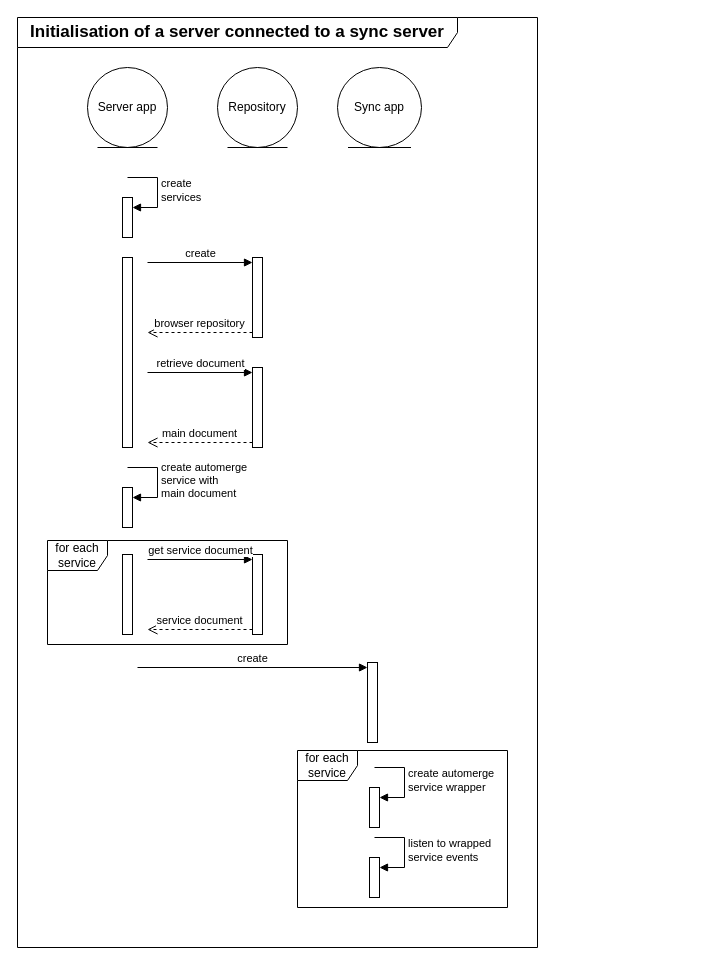
Earlier version of the draw.io diagram page "Synced server sequence diagram" (3 of 4) of diagram.drawio (kalisio/offline-sync). Source tidied: cells renumbered, new cells numbered last; positions are measured from the earlier drawing's top-left corner, leaving out a move shared by most shapes. Both pictures are drawn from the tidied source at 100%, with x=0, y=0 at pixel (17, 17).
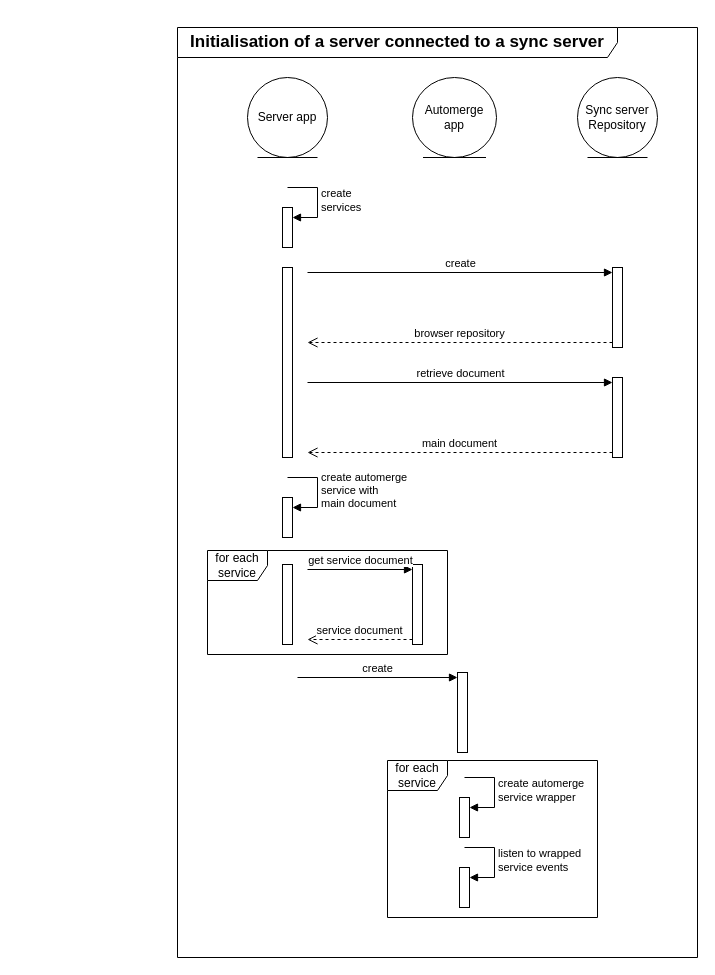
The same diagram, later.

The edit, as a diff of the source:
```diff
@@
     <mxCell id="2" value="Server app" style="ellipse;shape=umlEntity;whiteSpace=wrap;html=1;" parent="1" vertex="1">
-      <mxGeometry x="70" y="50" width="80" height="80" as="geometry" />
+      <mxGeometry x="230" y="60" width="80" height="80" as="geometry" />
     </mxCell>
-    <mxCell id="3" value="Sync app" style="ellipse;shape=umlEntity;whiteSpace=wrap;html=1;" parent="1" vertex="1">
-      <mxGeometry x="320" y="50" width="84" height="80" as="geometry" />
+    <mxCell id="3" value="Automerge&lt;div&gt;app&lt;/div&gt;" style="ellipse;shape=umlEntity;whiteSpace=wrap;html=1;" parent="1" vertex="1">
+      <mxGeometry x="395" y="60" width="84" height="80" as="geometry" />
     </mxCell>
     <mxCell id="4" style="html=1;perimeter=orthogonalPerimeter;targetShapes=umlLifeline;newEdgeStyle={&quot;curved&quot;:0,&quot;rounded&quot;:0};" parent="1" vertex="1">
-      <mxGeometry x="105" y="240" width="10" height="190" as="geometry" />
+      <mxGeometry x="265" y="250" width="10" height="190" as="geometry" />
     </mxCell>
-    <mxCell id="5" value="&lt;div&gt;Repository&lt;/div&gt;" style="ellipse;shape=umlEntity;whiteSpace=wrap;html=1;" parent="1" vertex="1">
-      <mxGeometry x="200" y="50" width="80" height="80" as="geometry" />
+    <mxCell id="5" value="&lt;div&gt;Sync server&lt;/div&gt;&lt;div&gt;Repository&lt;/div&gt;" style="ellipse;shape=umlEntity;whiteSpace=wrap;html=1;" parent="1" vertex="1">
+      <mxGeometry x="560" y="60" width="80" height="80" as="geometry" />
     </mxCell>
     <mxCell id="6" style="html=1;points=[[0,0,0,0,5],[0,1,0,0,-5],[1,0,0,0,5],[1,1,0,0,-5]];perimeter=orthogonalPerimeter;outlineConnect=0;targetShapes=umlLifeline;portConstraint=eastwest;newEdgeStyle={&quot;curved&quot;:0,&quot;rounded&quot;:0};" parent="1" vertex="1">
-      <mxGeometry x="235" y="240" width="10" height="80" as="geometry" />
+      <mxGeometry x="595" y="250" width="10" height="80" as="geometry" />
     </mxCell>
     <mxCell id="7" value="create" style="html=1;verticalAlign=bottom;endArrow=block;curved=0;rounded=0;entryX=0;entryY=0;entryDx=0;entryDy=5;" parent="1" edge="1" target="6">
       <mxGeometry relative="1" as="geometry">
-        <mxPoint x="130" y="245" as="sourcePoint" />
+        <mxPoint x="290" y="255" as="sourcePoint" />
       </mxGeometry>
     </mxCell>
     <mxCell id="8" value="browser repository" style="html=1;verticalAlign=bottom;endArrow=open;dashed=1;endSize=8;curved=0;rounded=0;exitX=0;exitY=1;exitDx=0;exitDy=-5;" parent="1" edge="1" source="6">
       <mxGeometry relative="1" as="geometry">
-        <mxPoint x="130" y="315" as="targetPoint" />
+        <mxPoint x="290" y="325" as="targetPoint" />
       </mxGeometry>
     </mxCell>
     <mxCell id="9" style="html=1;points=[[0,0,0,0,5],[0,1,0,0,-5],[1,0,0,0,5],[1,1,0,0,-5]];perimeter=orthogonalPerimeter;outlineConnect=0;targetShapes=umlLifeline;portConstraint=eastwest;newEdgeStyle={&quot;curved&quot;:0,&quot;rounded&quot;:0};" parent="1" vertex="1">
-      <mxGeometry x="235" y="350" width="10" height="80" as="geometry" />
+      <mxGeometry x="595" y="360" width="10" height="80" as="geometry" />
     </mxCell>
     <mxCell id="10" value="&lt;span style=&quot;text-align: left;&quot;&gt;retrieve&amp;nbsp;&lt;/span&gt;&lt;span style=&quot;text-align: left;&quot;&gt;document&lt;/span&gt;" style="html=1;verticalAlign=bottom;endArrow=block;curved=0;rounded=0;entryX=0;entryY=0;entryDx=0;entryDy=5;" parent="1" edge="1" target="9">
       <mxGeometry relative="1" as="geometry">
-        <mxPoint x="130" y="355" as="sourcePoint" />
+        <mxPoint x="290" y="365" as="sourcePoint" />
       </mxGeometry>
     </mxCell>
     <mxCell id="11" value="main document" style="html=1;verticalAlign=bottom;endArrow=open;dashed=1;endSize=8;curved=0;rounded=0;exitX=0;exitY=1;exitDx=0;exitDy=-5;" parent="1" edge="1" source="9">
       <mxGeometry relative="1" as="geometry">
-        <mxPoint x="130" y="425" as="targetPoint" />
+        <mxPoint x="290" y="435" as="targetPoint" />
       </mxGeometry>
     </mxCell>
     <mxCell id="12" style="html=1;points=[[0,0,0,0,5],[0,1,0,0,-5],[1,0,0,0,5],[1,1,0,0,-5]];perimeter=orthogonalPerimeter;outlineConnect=0;targetShapes=umlLifeline;portConstraint=eastwest;newEdgeStyle={&quot;curved&quot;:0,&quot;rounded&quot;:0};" parent="1" vertex="1">
-      <mxGeometry x="105" y="470" width="10" height="40" as="geometry" />
+      <mxGeometry x="265" y="480" width="10" height="40" as="geometry" />
     </mxCell>
     <mxCell id="13" value="create automerge&lt;div&gt;&lt;div&gt;service with&lt;/div&gt;&lt;div&gt;main document&lt;/div&gt;&lt;/div&gt;" style="html=1;align=left;spacingLeft=2;endArrow=block;rounded=0;edgeStyle=orthogonalEdgeStyle;curved=0;rounded=0;" parent="1" edge="1" target="12">
       <mxGeometry relative="1" as="geometry">
-        <mxPoint x="110" y="450" as="sourcePoint" />
+        <mxPoint x="270" y="460" as="sourcePoint" />
         <Array as="points">
-          <mxPoint x="140" y="480" />
+          <mxPoint x="300" y="490" />
         </Array>
       </mxGeometry>
     </mxCell>
     <mxCell id="14" style="html=1;points=[[0,0,0,0,5],[0,1,0,0,-5],[1,0,0,0,5],[1,1,0,0,-5]];perimeter=orthogonalPerimeter;outlineConnect=0;targetShapes=umlLifeline;portConstraint=eastwest;newEdgeStyle={&quot;curved&quot;:0,&quot;rounded&quot;:0};" parent="1" vertex="1">
-      <mxGeometry x="235" y="537" width="10" height="80" as="geometry" />
+      <mxGeometry x="395" y="547" width="10" height="80" as="geometry" />
     </mxCell>
     <mxCell id="15" value="&lt;span style=&quot;text-align: left;&quot;&gt;get service&amp;nbsp;&lt;/span&gt;&lt;span style=&quot;text-align: left;&quot;&gt;document&lt;/span&gt;" style="html=1;verticalAlign=bottom;endArrow=block;curved=0;rounded=0;entryX=0;entryY=0;entryDx=0;entryDy=5;" parent="1" edge="1" target="14">
       <mxGeometry relative="1" as="geometry">
-        <mxPoint x="130" y="542" as="sourcePoint" />
+        <mxPoint x="290" y="552" as="sourcePoint" />
       </mxGeometry>
     </mxCell>
     <mxCell id="16" value="service document" style="html=1;verticalAlign=bottom;endArrow=open;dashed=1;endSize=8;curved=0;rounded=0;exitX=0;exitY=1;exitDx=0;exitDy=-5;" parent="1" edge="1" source="14">
       <mxGeometry relative="1" as="geometry">
-        <mxPoint x="130" y="612" as="targetPoint" />
+        <mxPoint x="290" y="622" as="targetPoint" />
       </mxGeometry>
     </mxCell>
     <mxCell id="17" style="html=1;perimeter=orthogonalPerimeter;targetShapes=umlLifeline;newEdgeStyle={&quot;curved&quot;:0,&quot;rounded&quot;:0};" parent="1" vertex="1">
-      <mxGeometry x="105" y="537" width="10" height="80" as="geometry" />
+      <mxGeometry x="265" y="547" width="10" height="80" as="geometry" />
     </mxCell>
     <mxCell id="18" value="for each service" style="shape=umlFrame;whiteSpace=wrap;html=1;" parent="1" vertex="1">
-      <mxGeometry x="30" y="523" width="240" height="104" as="geometry" />
+      <mxGeometry x="190" y="533" width="240" height="104" as="geometry" />
     </mxCell>
     <mxCell id="19" style="html=1;points=[[0,0,0,0,5],[0,1,0,0,-5],[1,0,0,0,5],[1,1,0,0,-5]];perimeter=orthogonalPerimeter;outlineConnect=0;targetShapes=umlLifeline;portConstraint=eastwest;newEdgeStyle={&quot;curved&quot;:0,&quot;rounded&quot;:0};" parent="1" vertex="1">
-      <mxGeometry x="350" y="645" width="10" height="80" as="geometry" />
+      <mxGeometry x="440" y="655" width="10" height="80" as="geometry" />
     </mxCell>
     <mxCell id="20" value="create" style="html=1;verticalAlign=bottom;endArrow=block;curved=0;rounded=0;entryX=0;entryY=0;entryDx=0;entryDy=5;" parent="1" edge="1" target="19">
       <mxGeometry relative="1" as="geometry">
-        <mxPoint x="120" y="650" as="sourcePoint" />
+        <mxPoint x="280" y="660" as="sourcePoint" />
       </mxGeometry>
     </mxCell>
     <mxCell id="21" style="html=1;points=[[0,0,0,0,5],[0,1,0,0,-5],[1,0,0,0,5],[1,1,0,0,-5]];perimeter=orthogonalPerimeter;outlineConnect=0;targetShapes=umlLifeline;portConstraint=eastwest;newEdgeStyle={&quot;curved&quot;:0,&quot;rounded&quot;:0};" parent="1" vertex="1">
-      <mxGeometry x="352" y="770" width="10" height="40" as="geometry" />
+      <mxGeometry x="442" y="780" width="10" height="40" as="geometry" />
     </mxCell>
     <mxCell id="22" value="create automerge&lt;div&gt;service wrapper&lt;/div&gt;" style="html=1;align=left;spacingLeft=2;endArrow=block;rounded=0;edgeStyle=orthogonalEdgeStyle;curved=0;rounded=0;" parent="1" edge="1" target="21">
       <mxGeometry relative="1" as="geometry">
-        <mxPoint x="357" y="750" as="sourcePoint" />
+        <mxPoint x="447" y="760" as="sourcePoint" />
         <Array as="points">
-          <mxPoint x="387" y="780" />
+          <mxPoint x="477" y="790" />
         </Array>
       </mxGeometry>
     </mxCell>
     <mxCell id="23" value="for each service" style="shape=umlFrame;whiteSpace=wrap;html=1;" parent="1" vertex="1">
-      <mxGeometry x="280" y="733" width="210" height="157" as="geometry" />
+      <mxGeometry x="370" y="743" width="210" height="157" as="geometry" />
     </mxCell>
     <mxCell id="24" style="html=1;points=[[0,0,0,0,5],[0,1,0,0,-5],[1,0,0,0,5],[1,1,0,0,-5]];perimeter=orthogonalPerimeter;outlineConnect=0;targetShapes=umlLifeline;portConstraint=eastwest;newEdgeStyle={&quot;curved&quot;:0,&quot;rounded&quot;:0};" parent="1" vertex="1">
-      <mxGeometry x="105" y="180" width="10" height="40" as="geometry" />
+      <mxGeometry x="265" y="190" width="10" height="40" as="geometry" />
     </mxCell>
     <mxCell id="25" value="create&lt;div&gt;services&lt;/div&gt;" style="html=1;align=left;spacingLeft=2;endArrow=block;rounded=0;edgeStyle=orthogonalEdgeStyle;curved=0;rounded=0;" parent="1" edge="1" target="24">
       <mxGeometry relative="1" as="geometry">
-        <mxPoint x="110" y="160" as="sourcePoint" />
+        <mxPoint x="270" y="170" as="sourcePoint" />
         <Array as="points">
-          <mxPoint x="140" y="190" />
+          <mxPoint x="300" y="200" />
         </Array>
       </mxGeometry>
     </mxCell>
     <mxCell id="26" style="html=1;points=[[0,0,0,0,5],[0,1,0,0,-5],[1,0,0,0,5],[1,1,0,0,-5]];perimeter=orthogonalPerimeter;outlineConnect=0;targetShapes=umlLifeline;portConstraint=eastwest;newEdgeStyle={&quot;curved&quot;:0,&quot;rounded&quot;:0};" parent="1" vertex="1">
-      <mxGeometry x="352" y="840" width="10" height="40" as="geometry" />
+      <mxGeometry x="442" y="850" width="10" height="40" as="geometry" />
     </mxCell>
     <mxCell id="27" value="listen to wrapped&lt;br&gt;service events" style="html=1;align=left;spacingLeft=2;endArrow=block;rounded=0;edgeStyle=orthogonalEdgeStyle;curved=0;rounded=0;" parent="1" edge="1" target="26">
       <mxGeometry relative="1" as="geometry">
-        <mxPoint x="357" y="820" as="sourcePoint" />
+        <mxPoint x="447" y="830" as="sourcePoint" />
         <Array as="points">
-          <mxPoint x="387" y="850" />
+          <mxPoint x="477" y="860" />
         </Array>
       </mxGeometry>
     </mxCell>
     <mxCell id="28" value="&lt;b&gt;&lt;font style=&quot;font-size: 17px;&quot;&gt;Initialisation of a server connected to a sync server&lt;/font&gt;&lt;/b&gt;" style="shape=umlFrame;whiteSpace=wrap;html=1;width=440;height=30;" parent="1" vertex="1">
-      <mxGeometry width="520" height="930" as="geometry" />
+      <mxGeometry x="160" y="10" width="520" height="930" as="geometry" />
     </mxCell>
```
